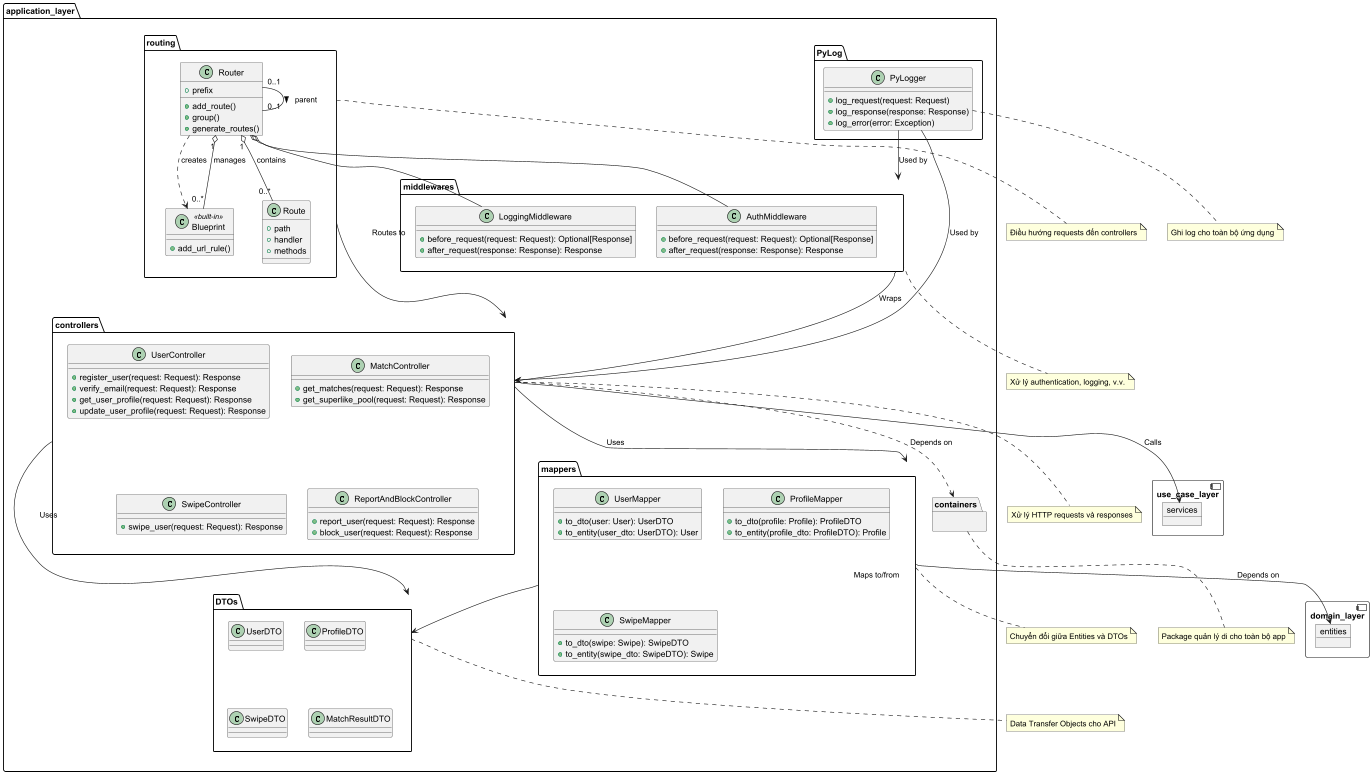
This is docs/imgs/application_layer.png from tammysensitive2312/Tinder-Dating-App-_IT4409, a PlantUML export, as it was before one commit.
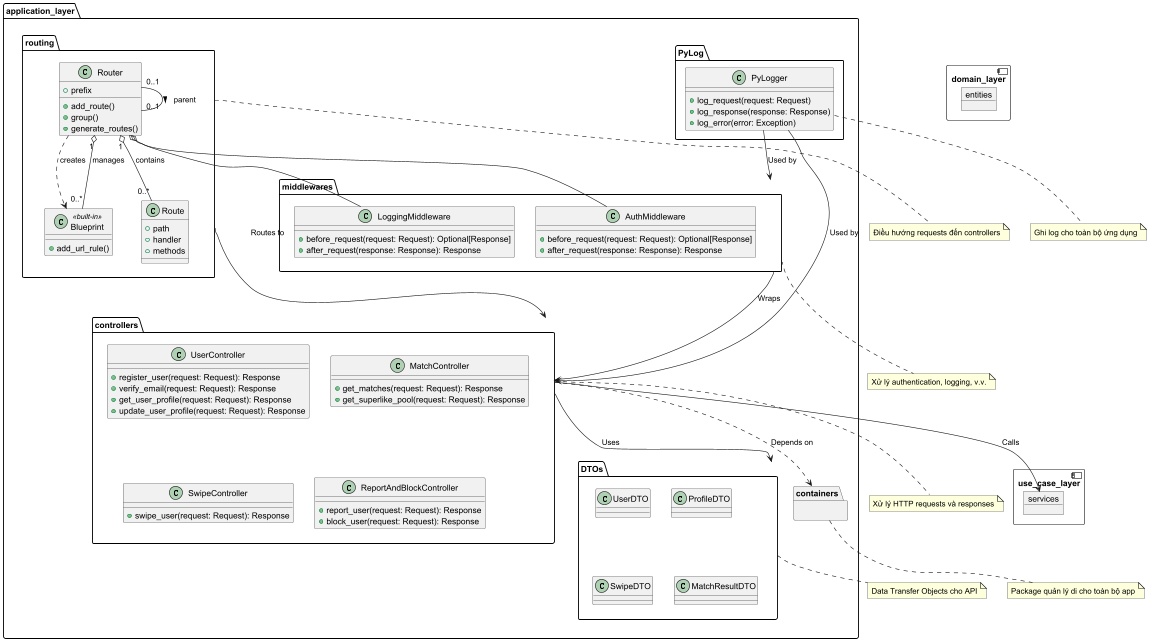
The same file after the commit.

What changed in the source:
```diff
@@ -72,22 +72,6 @@
     Router o-- LoggingMiddleware
     }
 
-    package mappers {
-        class UserMapper {
-            + to_dto(user: User): UserDTO
-            + to_entity(user_dto: UserDTO): User
-        }
-
-        class ProfileMapper {
-            + to_dto(profile: Profile): ProfileDTO
-            + to_entity(profile_dto: ProfileDTO): Profile
-        }
-
-        class SwipeMapper {
-            + to_dto(swipe: Swipe): SwipeDTO
-            + to_entity(swipe_dto: SwipeDTO): Swipe
-        }
-    }
 
     package "DTOs" {
         class UserDTO
@@ -100,9 +84,7 @@
     }
 }
 
-controllers --> mappers : "Uses"
 controllers --> DTOs : "Uses"
-mappers --> DTOs : "Maps to/from"
 middlewares --> controllers : "Wraps"
 routing --> controllers : "Routes to"
 PyLogger --> middlewares : "Used by"
@@ -118,7 +100,6 @@
 }
 
 controllers --> services : "Calls"
-mappers --> entities : "Depends on"
 
 note bottom of controllers
     Xử lý HTTP requests và responses
@@ -136,9 +117,6 @@
     Điều hướng requests đến controllers
 end note
 
-note bottom of mappers
-    Chuyển đổi giữa Entities và DTOs
-end note
 
 note bottom of DTOs
     Data Transfer Objects cho API
```
